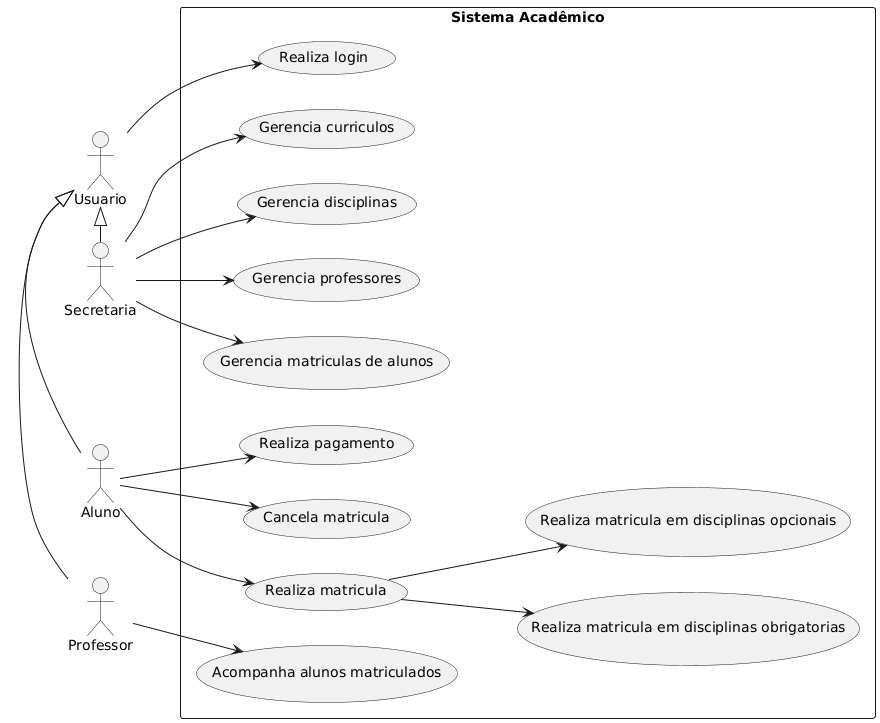
Before: project/img/useCase.png, a diagram exported from PlantUML (LeonardoVieiraM/laboratorioDesenvolvimentoSoftware).
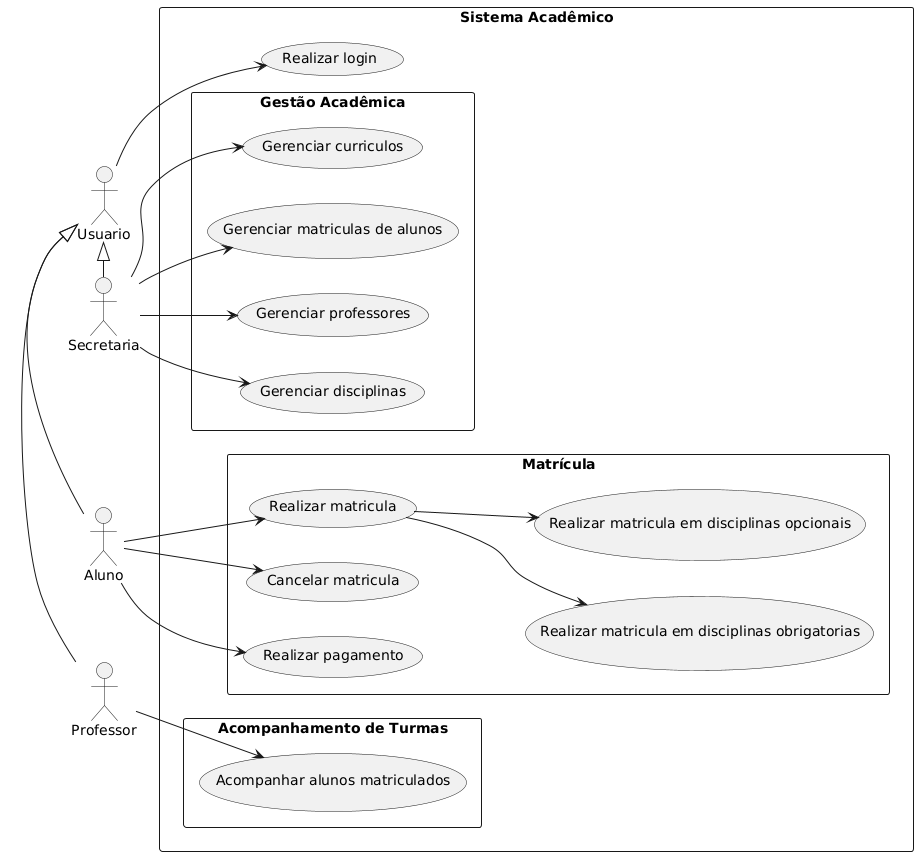
After the change.

Commit message:
Agrupando casos de uso

Diff of the diagram source:
```diff
@@ -12,20 +12,26 @@
 u <|- s
 
 rectangle "Sistema Acadêmico" {
-    usecase "Realiza matricula" as a1
-    usecase "Realiza matricula em disciplinas obrigatorias" as a2
-    usecase "Realiza matricula em disciplinas opcionais" as a3
-    usecase "Cancela matricula" as a4
-    usecase "Realiza pagamento" as a5
+    rectangle "Matrícula" {
+        usecase "Realizar matricula" as a1
+        usecase "Realizar matricula em disciplinas obrigatorias" as a2
+        usecase "Realizar matricula em disciplinas opcionais" as a3
+        usecase "Cancelar matricula" as a4
+        usecase "Realizar pagamento" as a5
+    }
 
-    usecase "Gerencia curriculos" as s1
-    usecase "Gerencia matriculas de alunos" as s2
-    usecase "Gerencia professores" as s3
-    usecase "Gerencia disciplinas" as s4
+    rectangle "Gestão Acadêmica" {
+        usecase "Gerenciar curriculos" as s1
+        usecase "Gerenciar matriculas de alunos" as s2
+        usecase "Gerenciar professores" as s3
+        usecase "Gerenciar disciplinas" as s4
+    }
 
-    usecase "Acompanha alunos matriculados" as p1
+    rectangle "Acompanhamento de Turmas" {
+        usecase "Acompanhar alunos matriculados" as p1
+    }
 
-    usecase "Realiza login" as u1
+    usecase "Realizar login" as u1
 }
 
 u --> u1
```
